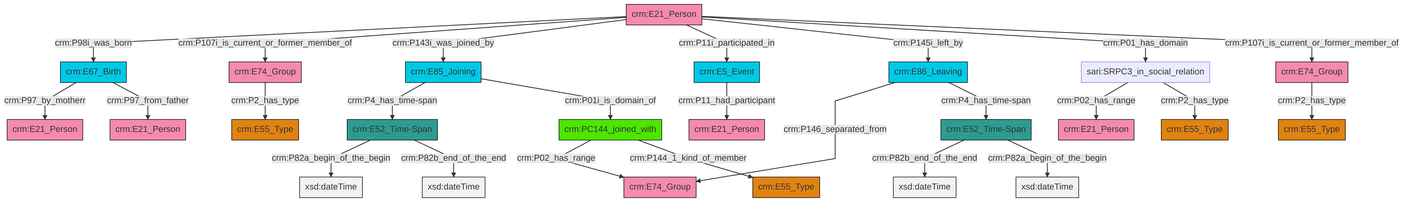
Earlier version of the Mermaid export et/personCSV/ttl/mmd/png/Person_Actor_Relations.png (swiss-art-research-net/docs.swissartresearch). Its source is kept beside it as et/personCSV/ttl/mmd/Person_Actor_Relations.ttl.mmd.
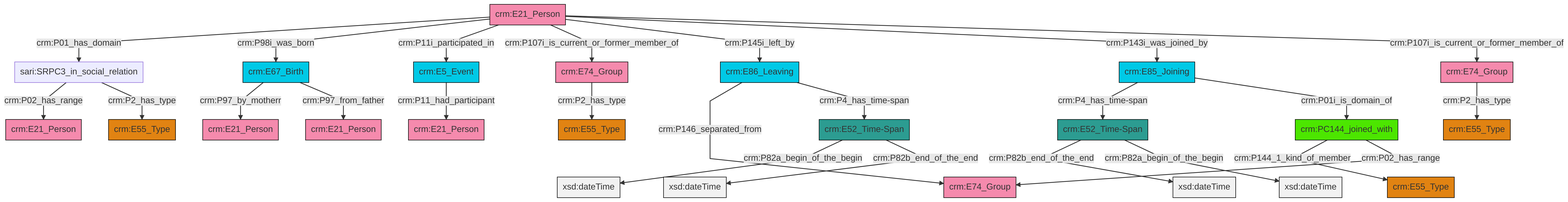
The same diagram one commit later.

What changed in the source:
```diff
@@ -13,27 +13,27 @@
 classDef PC_Classes fill:#4ce600, stroke:#000000;
 classDef Multi fill:#cccccc,stroke:#000000;
 
-0["crm:E86_Leaving"]:::Temporal_Entity -->|crm:P146_separated_from| 1["crm:E74_Group"]:::Actor
-2["crm:PC144_joined_with"]:::PC_Classes -->|crm:P02_has_range| 1["crm:E74_Group"]:::Actor
-5["crm:E21_Person"]:::Actor -->|crm:P98i_was_born| 6["crm:E67_Birth"]:::Temporal_Entity
-5["crm:E21_Person"]:::Actor -->|crm:P107i_is_current_or_former_member_of| 9["crm:E74_Group"]:::Actor
-7["sari:SRPC3_in_social_relation"]:::Default -->|crm:P02_has_range| 10["crm:E21_Person"]:::Actor
-2["crm:PC144_joined_with"]:::PC_Classes -->|crm:P144_1_kind_of_member| 3["crm:E55_Type"]:::Type
-14["crm:E52_Time-Span"]:::Time-Span -->|crm:P82b_end_of_the_end| 20[xsd:dateTime]:::Literal
-5["crm:E21_Person"]:::Actor -->|crm:P143i_was_joined_by| 21["crm:E85_Joining"]:::Temporal_Entity
-5["crm:E21_Person"]:::Actor -->|crm:P11i_participated_in| 22["crm:E5_Event"]:::Temporal_Entity
-21["crm:E85_Joining"]:::Temporal_Entity -->|crm:P4_has_time-span| 11["crm:E52_Time-Span"]:::Time-Span
-11["crm:E52_Time-Span"]:::Time-Span -->|crm:P82a_begin_of_the_begin| 25[xsd:dateTime]:::Literal
-23["crm:E74_Group"]:::Actor -->|crm:P2_has_type| 28["crm:E55_Type"]:::Type
-5["crm:E21_Person"]:::Actor -->|crm:P145i_left_by| 0["crm:E86_Leaving"]:::Temporal_Entity
-5["crm:E21_Person"]:::Actor -->|crm:P01_has_domain| 7["sari:SRPC3_in_social_relation"]:::Default
-6["crm:E67_Birth"]:::Temporal_Entity -->|crm:P97_by_motherr| 33["crm:E21_Person"]:::Actor
-6["crm:E67_Birth"]:::Temporal_Entity -->|crm:P97_from_father| 18["crm:E21_Person"]:::Actor
-14["crm:E52_Time-Span"]:::Time-Span -->|crm:P82a_begin_of_the_begin| 38[xsd:dateTime]:::Literal
-5["crm:E21_Person"]:::Actor -->|crm:P107i_is_current_or_former_member_of| 23["crm:E74_Group"]:::Actor
-9["crm:E74_Group"]:::Actor -->|crm:P2_has_type| 26["crm:E55_Type"]:::Type
-11["crm:E52_Time-Span"]:::Time-Span -->|crm:P82b_end_of_the_end| 42[xsd:dateTime]:::Literal
-7["sari:SRPC3_in_social_relation"]:::Default -->|crm:P2_has_type| 43["crm:E55_Type"]:::Type
-0["crm:E86_Leaving"]:::Temporal_Entity -->|crm:P4_has_time-span| 14["crm:E52_Time-Span"]:::Time-Span
-21["crm:E85_Joining"]:::Temporal_Entity -->|crm:P01i_is_domain_of| 2["crm:PC144_joined_with"]:::PC_Classes
-22["crm:E5_Event"]:::Temporal_Entity -->|crm:P11_had_participant| 30["crm:E21_Person"]:::Actor
+6["sari:SRPC3_in_social_relation"]:::Default -->|crm:P02_has_range| 2["crm:E21_Person"]:::Actor
+7["crm:E74_Group"]:::Actor -->|crm:P2_has_type| 9["crm:E55_Type"]:::Type
+10["crm:E21_Person"]:::Actor -->|crm:P01_has_domain| 6["sari:SRPC3_in_social_relation"]:::Default
+11["crm:PC144_joined_with"]:::PC_Classes -->|crm:P144_1_kind_of_member| 12["crm:E55_Type"]:::Type
+14["crm:E86_Leaving"]:::Temporal_Entity -->|crm:P146_separated_from| 15["crm:E74_Group"]:::Actor
+21["crm:E67_Birth"]:::Temporal_Entity -->|crm:P97_by_motherr| 16["crm:E21_Person"]:::Actor
+10["crm:E21_Person"]:::Actor -->|crm:P98i_was_born| 21["crm:E67_Birth"]:::Temporal_Entity
+25["crm:E74_Group"]:::Actor -->|crm:P2_has_type| 22["crm:E55_Type"]:::Type
+6["sari:SRPC3_in_social_relation"]:::Default -->|crm:P2_has_type| 19["crm:E55_Type"]:::Type
+27["crm:E52_Time-Span"]:::Time-Span -->|crm:P82a_begin_of_the_begin| 28[xsd:dateTime]:::Literal
+0["crm:E52_Time-Span"]:::Time-Span -->|crm:P82b_end_of_the_end| 30[xsd:dateTime]:::Literal
+10["crm:E21_Person"]:::Actor -->|crm:P11i_participated_in| 31["crm:E5_Event"]:::Temporal_Entity
+21["crm:E67_Birth"]:::Temporal_Entity -->|crm:P97_from_father| 32["crm:E21_Person"]:::Actor
+31["crm:E5_Event"]:::Temporal_Entity -->|crm:P11_had_participant| 4["crm:E21_Person"]:::Actor
+11["crm:PC144_joined_with"]:::PC_Classes -->|crm:P02_has_range| 15["crm:E74_Group"]:::Actor
+10["crm:E21_Person"]:::Actor -->|crm:P107i_is_current_or_former_member_of| 25["crm:E74_Group"]:::Actor
+10["crm:E21_Person"]:::Actor -->|crm:P145i_left_by| 14["crm:E86_Leaving"]:::Temporal_Entity
+10["crm:E21_Person"]:::Actor -->|crm:P143i_was_joined_by| 37["crm:E85_Joining"]:::Temporal_Entity
+14["crm:E86_Leaving"]:::Temporal_Entity -->|crm:P4_has_time-span| 27["crm:E52_Time-Span"]:::Time-Span
+10["crm:E21_Person"]:::Actor -->|crm:P107i_is_current_or_former_member_of| 7["crm:E74_Group"]:::Actor
+0["crm:E52_Time-Span"]:::Time-Span -->|crm:P82a_begin_of_the_begin| 39[xsd:dateTime]:::Literal
+37["crm:E85_Joining"]:::Temporal_Entity -->|crm:P4_has_time-span| 0["crm:E52_Time-Span"]:::Time-Span
+27["crm:E52_Time-Span"]:::Time-Span -->|crm:P82b_end_of_the_end| 43[xsd:dateTime]:::Literal
+37["crm:E85_Joining"]:::Temporal_Entity -->|crm:P01i_is_domain_of| 11["crm:PC144_joined_with"]:::PC_Classes
```
